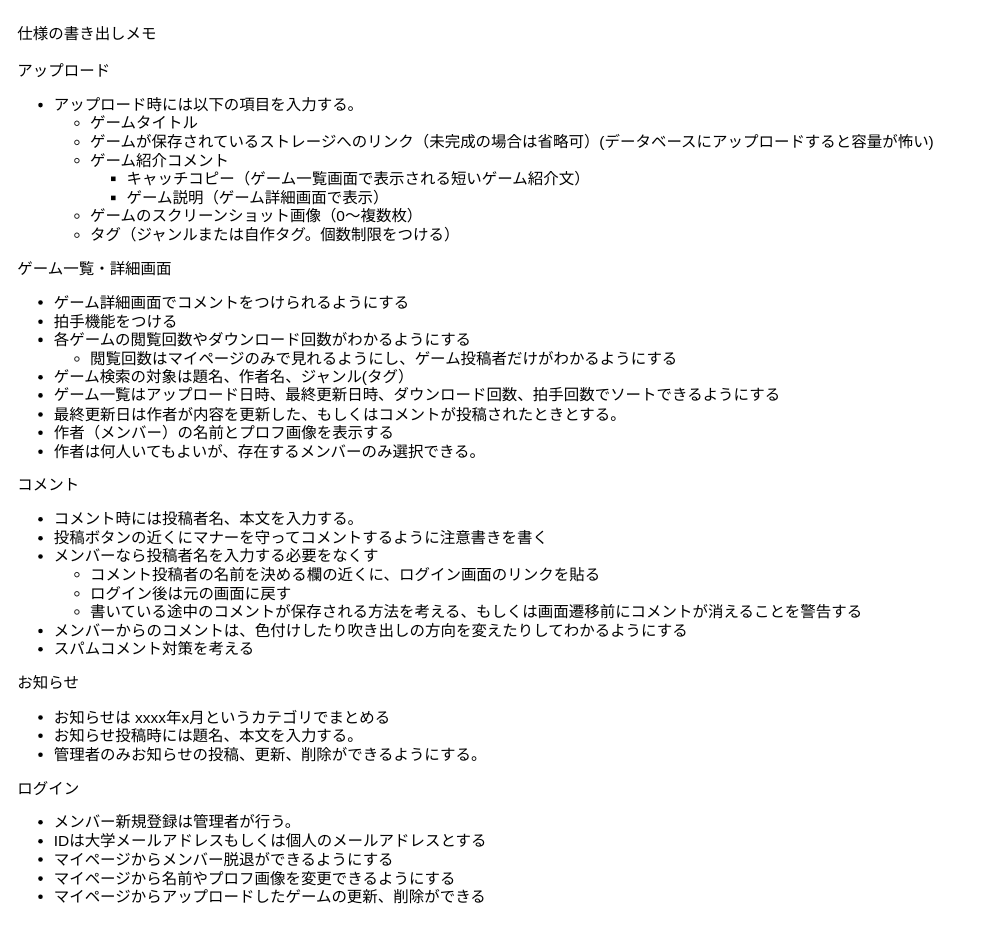
This is page "memo" (3 of 4) of KFIPwebsite_usecase.drawio from AK-8420/documents_KFIPweb, a draw.io file, before an edit. Source tidied: cells renumbered, new cells numbered last; positions are measured from the earlier drawing's top-left corner, leaving out a move shared by most shapes. Both pictures are drawn from the tidied source at 91%, with x=0, y=0 at pixel (15, 23).
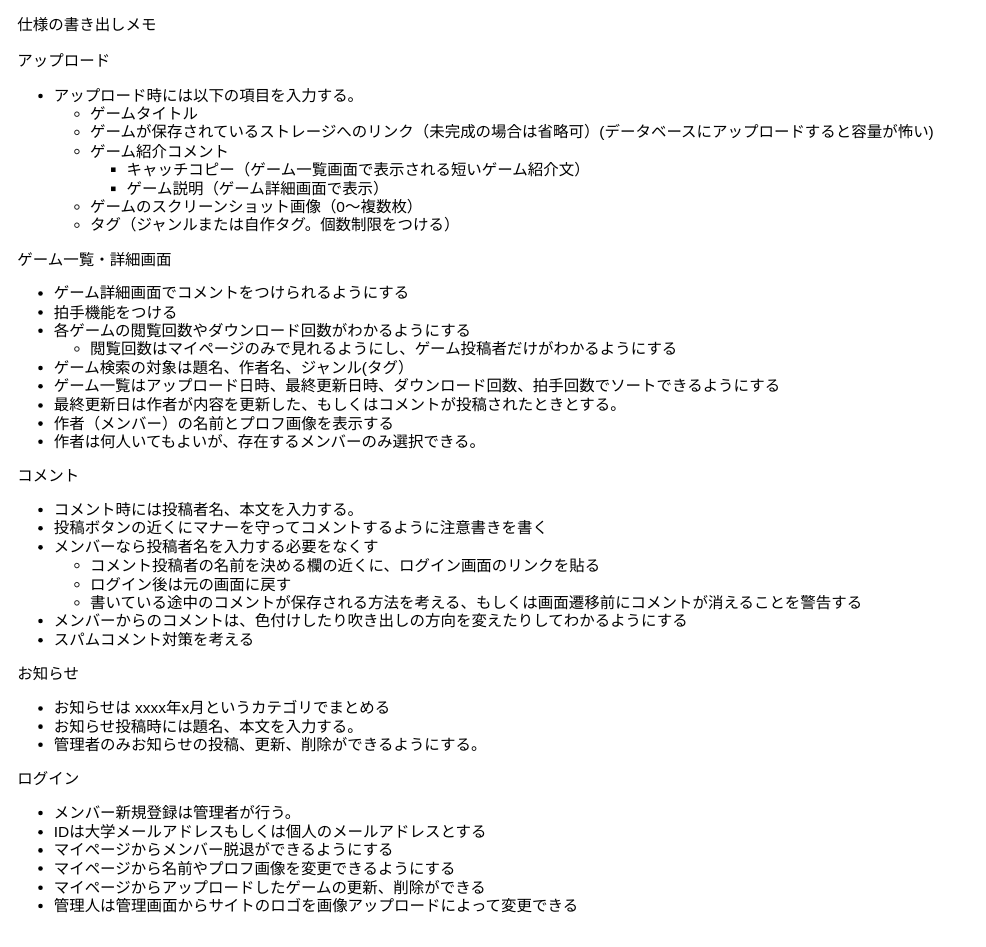
Above is the later version.

What changed in the source:
```diff
@@
 <mxGraphModel>
   <root>
     <mxCell id="0" />
     <mxCell id="1" parent="0" />
-    <mxCell id="2" value="&lt;div&gt;仕様の書き出しメモ&lt;/div&gt;&lt;div&gt;&lt;br&gt;&lt;/div&gt;&lt;div&gt;&lt;span&gt;アップロード&lt;/span&gt;&lt;br&gt;&lt;/div&gt;&lt;div&gt;&lt;div&gt;&lt;ul&gt;&lt;li&gt;アップロード時には以下の項目を入力する。&lt;/li&gt;&lt;ul&gt;&lt;li&gt;ゲームタイトル&lt;/li&gt;&lt;li&gt;ゲームが保存されているストレージへのリンク（未完成の場合は省略可）(データベースにアップロードすると容量が怖い)&lt;/li&gt;&lt;li&gt;ゲーム紹介コメント&lt;/li&gt;&lt;ul&gt;&lt;li&gt;キャッチコピー（ゲーム一覧画面で表示される短いゲーム紹介文）&lt;/li&gt;&lt;li&gt;ゲーム説明（ゲーム詳細画面で表示）&lt;/li&gt;&lt;/ul&gt;&lt;li&gt;ゲームのスクリーンショット画像（0～複数枚）&lt;/li&gt;&lt;li&gt;タグ（ジャンルまたは自作タグ。個数制限をつける）&lt;/li&gt;&lt;/ul&gt;&lt;/ul&gt;&lt;div&gt;&lt;div&gt;ゲーム一覧・詳細画面&lt;/div&gt;&lt;div&gt;&lt;ul&gt;&lt;li&gt;ゲーム詳細画面でコメントをつけられるようにする&lt;/li&gt;&lt;li&gt;拍手機能をつける&lt;/li&gt;&lt;li&gt;各ゲームの閲覧回数やダウンロード回数がわかるようにする&lt;/li&gt;&lt;ul&gt;&lt;li&gt;閲覧回数はマイページのみで見れるようにし、ゲーム投稿者だけがわかるようにする&lt;/li&gt;&lt;/ul&gt;&lt;li&gt;ゲーム検索の対象は題名、作者名、ジャンル(タグ）&lt;/li&gt;&lt;li&gt;ゲーム一覧はアップロード日時、最終更新日時、ダウンロード回数、拍手回数でソートできるようにする&lt;/li&gt;&lt;li&gt;最終更新日は作者が内容を更新した、もしくはコメントが投稿されたときとする。&lt;/li&gt;&lt;li&gt;作者（メンバー）の名前とプロフ画像を表示する&lt;/li&gt;&lt;li&gt;作者は何人いてもよいが、存在するメンバーのみ選択できる。&lt;/li&gt;&lt;/ul&gt;&lt;/div&gt;&lt;/div&gt;&lt;/div&gt;&lt;div&gt;コメント&lt;/div&gt;&lt;ul&gt;&lt;li&gt;コメント時には投稿者名、本文を入力する。&lt;/li&gt;&lt;li&gt;投稿ボタンの近くにマナーを守ってコメントするように注意書きを書く&lt;/li&gt;&lt;li&gt;メンバーなら投稿者名を入力する必要をなくす&lt;/li&gt;&lt;ul&gt;&lt;li&gt;コメント投稿者の名前を決める欄の近くに、ログイン画面のリンクを貼る&lt;/li&gt;&lt;li&gt;ログイン後は元の画面に戻す&lt;/li&gt;&lt;li&gt;書いている途中のコメントが保存される方法を考える、もしくは画面遷移前にコメントが消えることを警告する&lt;/li&gt;&lt;/ul&gt;&lt;li&gt;メンバーからのコメントは、色付けしたり吹き出しの方向を変えたりしてわかるようにする&lt;/li&gt;&lt;li&gt;スパムコメント対策を考える&lt;/li&gt;&lt;/ul&gt;&lt;div&gt;お知らせ&lt;/div&gt;&lt;/div&gt;&lt;div&gt;&lt;ul&gt;&lt;li&gt;お知らせは xxxx年x月というカテゴリでまとめる&lt;/li&gt;&lt;li&gt;お知らせ投稿時には題名、本文を入力する。&lt;/li&gt;&lt;li&gt;管理者のみお知らせの投稿、更新、削除ができるようにする。&lt;/li&gt;&lt;/ul&gt;&lt;div&gt;ログイン&lt;/div&gt;&lt;/div&gt;&lt;div&gt;&lt;ul&gt;&lt;li&gt;メンバー新規登録は管理者が行う。&lt;/li&gt;&lt;li&gt;IDは大学メールアドレスもしくは個人のメールアドレスとする&lt;/li&gt;&lt;li&gt;マイページからメンバー脱退ができるようにする&lt;/li&gt;&lt;li&gt;マイページから名前やプロフ画像を変更できるようにする&lt;/li&gt;&lt;li&gt;マイページからアップロードしたゲームの更新、削除ができる&lt;/li&gt;&lt;/ul&gt;&lt;/div&gt;" style="text;html=1;strokeColor=none;fillColor=none;align=left;verticalAlign=middle;whiteSpace=wrap;rounded=0;fontSize=17;" parent="1" vertex="1">
+    <mxCell id="2" value="&lt;div&gt;仕様の書き出しメモ&lt;/div&gt;&lt;div&gt;&lt;br&gt;&lt;/div&gt;&lt;div&gt;&lt;span&gt;アップロード&lt;/span&gt;&lt;br&gt;&lt;/div&gt;&lt;div&gt;&lt;div&gt;&lt;ul&gt;&lt;li&gt;アップロード時には以下の項目を入力する。&lt;/li&gt;&lt;ul&gt;&lt;li&gt;ゲームタイトル&lt;/li&gt;&lt;li&gt;ゲームが保存されているストレージへのリンク（未完成の場合は省略可）(データベースにアップロードすると容量が怖い)&lt;/li&gt;&lt;li&gt;ゲーム紹介コメント&lt;/li&gt;&lt;ul&gt;&lt;li&gt;キャッチコピー（ゲーム一覧画面で表示される短いゲーム紹介文）&lt;/li&gt;&lt;li&gt;ゲーム説明（ゲーム詳細画面で表示）&lt;/li&gt;&lt;/ul&gt;&lt;li&gt;ゲームのスクリーンショット画像（0～複数枚）&lt;/li&gt;&lt;li&gt;タグ（ジャンルまたは自作タグ。個数制限をつける）&lt;/li&gt;&lt;/ul&gt;&lt;/ul&gt;&lt;div&gt;&lt;div&gt;ゲーム一覧・詳細画面&lt;/div&gt;&lt;div&gt;&lt;ul&gt;&lt;li&gt;ゲーム詳細画面でコメントをつけられるようにする&lt;/li&gt;&lt;li&gt;拍手機能をつける&lt;/li&gt;&lt;li&gt;各ゲームの閲覧回数やダウンロード回数がわかるようにする&lt;/li&gt;&lt;ul&gt;&lt;li&gt;閲覧回数はマイページのみで見れるようにし、ゲーム投稿者だけがわかるようにする&lt;/li&gt;&lt;/ul&gt;&lt;li&gt;ゲーム検索の対象は題名、作者名、ジャンル(タグ）&lt;/li&gt;&lt;li&gt;ゲーム一覧はアップロード日時、最終更新日時、ダウンロード回数、拍手回数でソートできるようにする&lt;/li&gt;&lt;li&gt;最終更新日は作者が内容を更新した、もしくはコメントが投稿されたときとする。&lt;/li&gt;&lt;li&gt;作者（メンバー）の名前とプロフ画像を表示する&lt;/li&gt;&lt;li&gt;作者は何人いてもよいが、存在するメンバーのみ選択できる。&lt;/li&gt;&lt;/ul&gt;&lt;/div&gt;&lt;/div&gt;&lt;/div&gt;&lt;div&gt;コメント&lt;/div&gt;&lt;ul&gt;&lt;li&gt;コメント時には投稿者名、本文を入力する。&lt;/li&gt;&lt;li&gt;投稿ボタンの近くにマナーを守ってコメントするように注意書きを書く&lt;/li&gt;&lt;li&gt;メンバーなら投稿者名を入力する必要をなくす&lt;/li&gt;&lt;ul&gt;&lt;li&gt;コメント投稿者の名前を決める欄の近くに、ログイン画面のリンクを貼る&lt;/li&gt;&lt;li&gt;ログイン後は元の画面に戻す&lt;/li&gt;&lt;li&gt;書いている途中のコメントが保存される方法を考える、もしくは画面遷移前にコメントが消えることを警告する&lt;/li&gt;&lt;/ul&gt;&lt;li&gt;メンバーからのコメントは、色付けしたり吹き出しの方向を変えたりしてわかるようにする&lt;/li&gt;&lt;li&gt;スパムコメント対策を考える&lt;/li&gt;&lt;/ul&gt;&lt;div&gt;お知らせ&lt;/div&gt;&lt;/div&gt;&lt;div&gt;&lt;ul&gt;&lt;li&gt;お知らせは xxxx年x月というカテゴリでまとめる&lt;/li&gt;&lt;li&gt;お知らせ投稿時には題名、本文を入力する。&lt;/li&gt;&lt;li&gt;管理者のみお知らせの投稿、更新、削除ができるようにする。&lt;/li&gt;&lt;/ul&gt;&lt;div&gt;ログイン&lt;/div&gt;&lt;/div&gt;&lt;div&gt;&lt;ul&gt;&lt;li&gt;メンバー新規登録は管理者が行う。&lt;/li&gt;&lt;li&gt;IDは大学メールアドレスもしくは個人のメールアドレスとする&lt;/li&gt;&lt;li&gt;マイページからメンバー脱退ができるようにする&lt;/li&gt;&lt;li&gt;マイページから名前やプロフ画像を変更できるようにする&lt;/li&gt;&lt;li&gt;マイページからアップロードしたゲームの更新、削除ができる&lt;/li&gt;&lt;li&gt;管理人は管理画面からサイトのロゴを画像アップロードによって変更できる&lt;/li&gt;&lt;/ul&gt;&lt;/div&gt;" style="text;html=1;strokeColor=none;fillColor=none;align=left;verticalAlign=middle;whiteSpace=wrap;rounded=0;fontSize=17;" parent="1" vertex="1">
       <mxGeometry width="1050" height="990" as="geometry" />
     </mxCell>
     <mxCell id="3" style="edgeStyle=orthogonalEdgeStyle;curved=1;orthogonalLoop=1;jettySize=auto;html=1;exitX=0.5;exitY=1;exitDx=0;exitDy=0;" parent="1" edge="1" source="2" target="2">
       <mxGeometry relative="1" as="geometry" />
     </mxCell>
   </root>
 </mxGraphModel>
```
